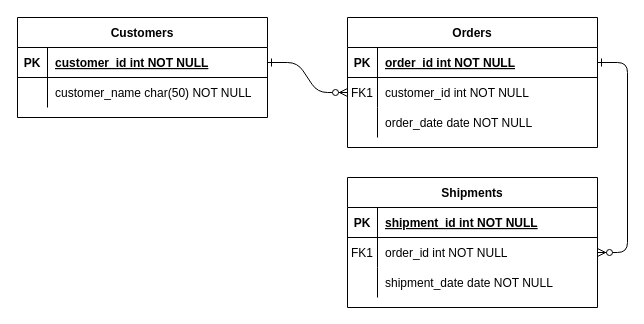
The draw.io diagram Untitled Diagram.drawio in suryanto23/tugas-mongodb-crud, before the edit. Source tidied: cells renumbered, new cells numbered last; positions are measured from the earlier drawing's top-left corner, leaving out a move shared by most shapes. Both pictures are drawn from the tidied source at 100%, with x=0, y=0 at pixel (17, 17).
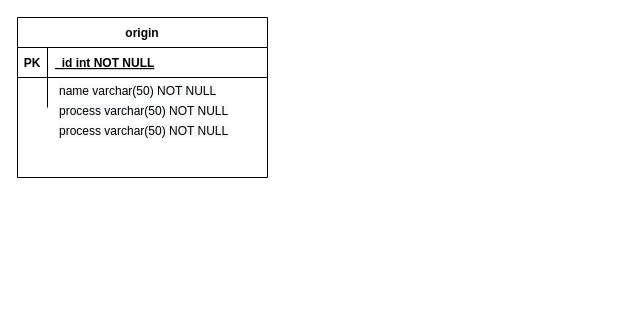
Above is the later version.

Unchanged cells that the change refers to:
```xml
<mxCell id="25" style="shape=partialRectangle;fillColor=none;points=[[0,0.5],[1,0.5]];portConstraint=eastwest;top=0;left=0;right=0;bottom=1;" parent="24" vertex="1">
  <mxGeometry y="30" width="250" height="30" as="geometry" />
</mxCell>
<mxCell id="28" style="shape=partialRectangle;fillColor=none;top=0;left=0;right=0;bottom=0;" parent="24" vertex="1">
  <mxGeometry y="60" width="250" height="30" as="geometry" />
</mxCell>
```

Change to the diagram source:
```diff
@@
-    <mxCell id="2" style="edgeStyle=entityRelationEdgeStyle;endArrow=ERzeroToMany;startArrow=ERone;endFill=1;startFill=0;" parent="1" edge="1" source="25" target="8">
-      <mxGeometry relative="1" as="geometry" />
-    </mxCell>
-    <mxCell id="3" style="edgeStyle=entityRelationEdgeStyle;endArrow=ERzeroToMany;startArrow=ERone;endFill=1;startFill=0;" parent="1" edge="1" source="5" target="18">
-      <mxGeometry relative="1" as="geometry" />
-    </mxCell>
-    <mxCell id="4" value="Orders" style="shape=table;startSize=30;childLayout=tableLayout;rowLines=0;fontStyle=1;align=center;" parent="1" vertex="1">
-      <mxGeometry x="330" width="250" height="130" as="geometry" />
-    </mxCell>
-    <mxCell id="5" style="shape=partialRectangle;fillColor=none;points=[[0,0.5],[1,0.5]];portConstraint=eastwest;top=0;left=0;right=0;bottom=1;" parent="4" vertex="1">
-      <mxGeometry y="30" width="250" height="30" as="geometry" />
-    </mxCell>
-    <mxCell id="6" value="PK" style="shape=partialRectangle;overflow=hidden;fillColor=none;top=0;left=0;bottom=0;right=0;fontStyle=1;" parent="5" vertex="1">
-      <mxGeometry width="30" height="30" as="geometry" />
-    </mxCell>
-    <mxCell id="7" value="order_id int NOT NULL " style="shape=partialRectangle;overflow=hidden;fillColor=none;top=0;left=0;bottom=0;right=0;align=left;spacingLeft=6;fontStyle=5;" parent="5" vertex="1">
-      <mxGeometry x="30" width="220" height="30" as="geometry" />
-    </mxCell>
-    <mxCell id="8" style="shape=partialRectangle;fillColor=none;points=[[0,0.5],[1,0.5]];portConstraint=eastwest;top=0;left=0;right=0;bottom=0;" parent="4" vertex="1">
-      <mxGeometry y="60" width="250" height="30" as="geometry" />
-    </mxCell>
-    <mxCell id="9" value="FK1" style="shape=partialRectangle;overflow=hidden;fillColor=none;top=0;left=0;bottom=0;right=0;" parent="8" vertex="1">
-      <mxGeometry width="30" height="30" as="geometry" />
-    </mxCell>
-    <mxCell id="10" value="customer_id int NOT NULL" style="shape=partialRectangle;overflow=hidden;fillColor=none;top=0;left=0;bottom=0;right=0;align=left;spacingLeft=6;" parent="8" vertex="1">
-      <mxGeometry x="30" width="220" height="30" as="geometry" />
-    </mxCell>
-    <mxCell id="11" style="shape=partialRectangle;fillColor=none;top=0;left=0;right=0;bottom=0;" parent="4" vertex="1">
-      <mxGeometry y="90" width="250" height="30" as="geometry" />
-    </mxCell>
-    <mxCell id="12" style="shape=partialRectangle;overflow=hidden;fillColor=none;top=0;left=0;bottom=0;right=0;" parent="11" vertex="1">
-      <mxGeometry width="30" height="30" as="geometry" />
-    </mxCell>
-    <mxCell id="13" value="order_date date NOT NULL" style="shape=partialRectangle;overflow=hidden;fillColor=none;top=0;left=0;bottom=0;right=0;align=left;spacingLeft=6;" parent="11" vertex="1">
-      <mxGeometry x="30" width="220" height="30" as="geometry" />
-    </mxCell>
-    <mxCell id="14" value="Shipments" style="shape=table;startSize=30;childLayout=tableLayout;rowLines=0;fontStyle=1;align=center;" parent="1" vertex="1">
-      <mxGeometry x="330" y="160" width="250" height="130" as="geometry" />
-    </mxCell>
-    <mxCell id="15" style="shape=partialRectangle;fillColor=none;top=0;left=0;right=0;bottom=1;" parent="14" vertex="1">
-      <mxGeometry y="30" width="250" height="30" as="geometry" />
-    </mxCell>
-    <mxCell id="16" value="PK" style="shape=partialRectangle;overflow=hidden;fillColor=none;top=0;left=0;bottom=0;right=0;fontStyle=1;" parent="15" vertex="1">
-      <mxGeometry width="30" height="30" as="geometry" />
-    </mxCell>
-    <mxCell id="17" value="shipment_id int NOT NULL " style="shape=partialRectangle;overflow=hidden;fillColor=none;top=0;left=0;bottom=0;right=0;align=left;spacingLeft=6;fontStyle=5;" parent="15" vertex="1">
-      <mxGeometry x="30" width="220" height="30" as="geometry" />
-    </mxCell>
-    <mxCell id="18" style="shape=partialRectangle;fillColor=none;points=[[0,0.5],[1,0.5]];portConstraint=eastwest;top=0;left=0;right=0;bottom=0;" parent="14" vertex="1">
-      <mxGeometry y="60" width="250" height="30" as="geometry" />
-    </mxCell>
-    <mxCell id="19" value="FK1" style="shape=partialRectangle;overflow=hidden;fillColor=none;top=0;left=0;bottom=0;right=0;" parent="18" vertex="1">
-      <mxGeometry width="30" height="30" as="geometry" />
-    </mxCell>
-    <mxCell id="20" value="order_id int NOT NULL" style="shape=partialRectangle;overflow=hidden;fillColor=none;top=0;left=0;bottom=0;right=0;align=left;spacingLeft=6;" parent="18" vertex="1">
-      <mxGeometry x="30" width="220" height="30" as="geometry" />
-    </mxCell>
-    <mxCell id="21" style="shape=partialRectangle;fillColor=none;top=0;left=0;right=0;bottom=0;" parent="14" vertex="1">
-      <mxGeometry y="90" width="250" height="30" as="geometry" />
-    </mxCell>
-    <mxCell id="22" style="shape=partialRectangle;overflow=hidden;fillColor=none;top=0;left=0;bottom=0;right=0;" parent="21" vertex="1">
-      <mxGeometry width="30" height="30" as="geometry" />
-    </mxCell>
-    <mxCell id="23" value="shipment_date date NOT NULL" style="shape=partialRectangle;overflow=hidden;fillColor=none;top=0;left=0;bottom=0;right=0;align=left;spacingLeft=6;" parent="21" vertex="1">
-      <mxGeometry x="30" width="220" height="30" as="geometry" />
-    </mxCell>
-    <mxCell id="24" value="Customers" style="shape=table;startSize=30;childLayout=tableLayout;rowLines=0;fontStyle=1;align=center;" parent="1" vertex="1">
-      <mxGeometry width="250" height="100" as="geometry" />
+    <mxCell id="24" value="origin" style="shape=table;startSize=30;childLayout=tableLayout;rowLines=0;fontStyle=1;align=center;" parent="1" vertex="1">
+      <mxGeometry width="250" height="160" as="geometry" />
     </mxCell>
@@
-    <mxCell id="27" value="customer_id int NOT NULL " style="shape=partialRectangle;overflow=hidden;fillColor=none;top=0;left=0;bottom=0;right=0;align=left;spacingLeft=6;fontStyle=5;" parent="25" vertex="1">
+    <mxCell id="27" value="_id int NOT NULL " style="shape=partialRectangle;overflow=hidden;fillColor=none;top=0;left=0;bottom=0;right=0;align=left;spacingLeft=6;fontStyle=5;" parent="25" vertex="1">
       <mxGeometry x="30" width="220" height="30" as="geometry" />
     </mxCell>
@@
-    <mxCell id="30" value="customer_name char(50) NOT NULL" style="shape=partialRectangle;overflow=hidden;fillColor=none;top=0;left=0;bottom=0;right=0;align=left;spacingLeft=6;" parent="28" vertex="1">
+    <mxCell id="30" style="shape=partialRectangle;overflow=hidden;fillColor=none;top=0;left=0;bottom=0;right=0;align=left;spacingLeft=6;" parent="28" vertex="1">
       <mxGeometry x="30" width="220" height="30" as="geometry" />
     </mxCell>
+    <mxCell id="31" value="&lt;span style=&quot;color: rgb(0 , 0 , 0) ; font-family: &amp;#34;helvetica&amp;#34; ; font-size: 12px ; font-style: normal ; font-weight: 400 ; letter-spacing: normal ; text-align: left ; text-indent: 0px ; text-transform: none ; word-spacing: 0px ; background-color: rgb(248 , 249 , 250) ; display: inline ; float: none&quot;&gt;process varchar(50) NOT NULL&lt;/span&gt;" style="text;whiteSpace=wrap;html=1;" parent="1" vertex="1">
+      <mxGeometry x="40" y="80" width="220" height="30" as="geometry" />
+    </mxCell>
+    <mxCell id="32" value="&lt;span style=&quot;color: rgb(0 , 0 , 0) ; font-family: &amp;#34;helvetica&amp;#34; ; font-size: 12px ; font-style: normal ; font-weight: 400 ; letter-spacing: normal ; text-align: left ; text-indent: 0px ; text-transform: none ; word-spacing: 0px ; background-color: rgb(248 , 249 , 250) ; display: inline ; float: none&quot;&gt;process varchar(50) NOT NULL&lt;/span&gt;" style="text;whiteSpace=wrap;html=1;" parent="1" vertex="1">
+      <mxGeometry x="40" y="100" width="220" height="30" as="geometry" />
+    </mxCell>
+    <mxCell id="33" value="&lt;span style=&quot;color: rgb(0 , 0 , 0) ; font-family: &amp;#34;helvetica&amp;#34; ; font-size: 12px ; font-style: normal ; font-weight: 400 ; letter-spacing: normal ; text-align: left ; text-indent: 0px ; text-transform: none ; word-spacing: 0px ; background-color: rgb(248 , 249 , 250) ; display: inline ; float: none&quot;&gt;name varchar(50) NOT NULL&lt;/span&gt;" style="text;whiteSpace=wrap;html=1;" parent="1" vertex="1">
+      <mxGeometry x="40" y="60" width="220" height="30" as="geometry" />
+    </mxCell>
```
